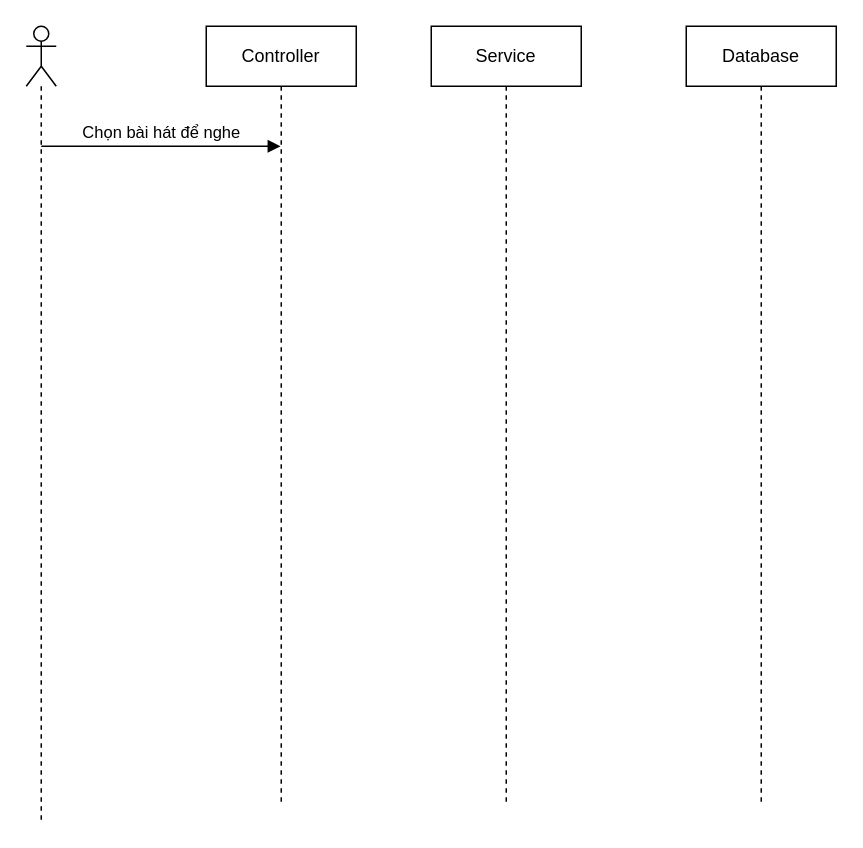
Above: nghenhactructuyen.drawio in letham1612/test.ithub (draw.io), before the change. Source tidied: cells renumbered, new cells numbered last; positions are measured from the earlier drawing's top-left corner, leaving out a move shared by most shapes. Both pictures are drawn from the tidied source at 150%, with x=0, y=0 at pixel (26, 26).
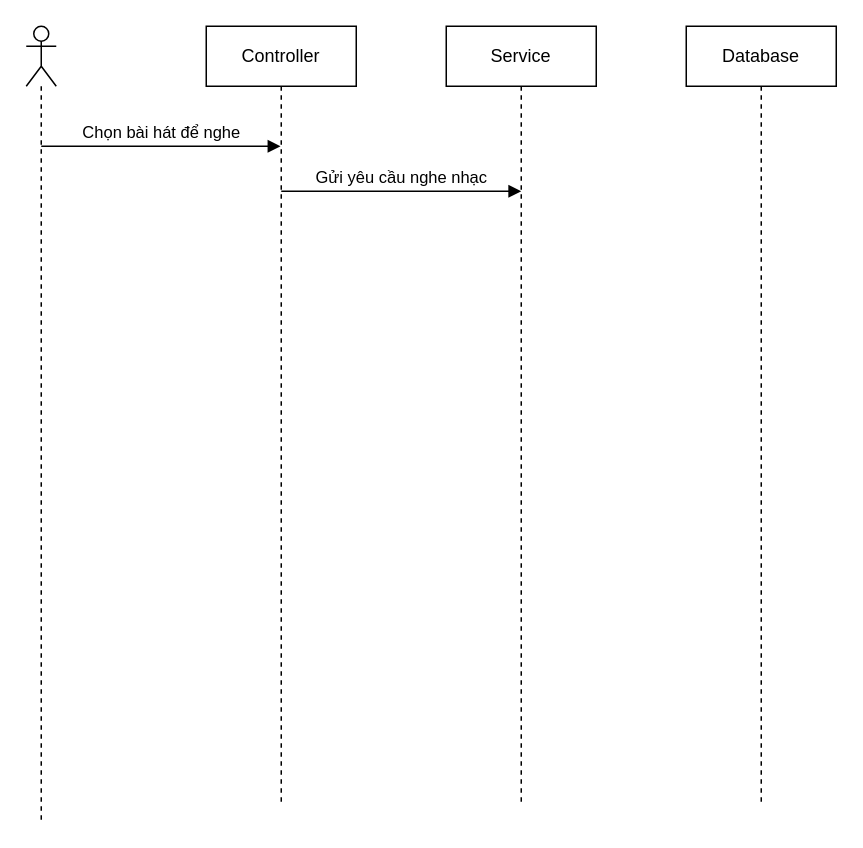
The same diagram, later.

Commit message (it also covers changes not shown here):
Cập nhật nghenhactructuyen.drawio

Change to the diagram source:
```diff
@@
 <mxGraphModel>
   <root>
     <mxCell id="0" />
     <mxCell id="1" parent="0" />
     <mxCell id="2" style="shape=umlLifeline;perimeter=lifelinePerimeter;whiteSpace=wrap;html=1;newEdgeStyle={&quot;curved&quot;:0,&quot;rounded&quot;:0};participant=umlActor;" parent="1" vertex="1">
       <mxGeometry width="20" height="530" as="geometry" />
     </mxCell>
     <mxCell id="3" value="Controller" style="shape=umlLifeline;perimeter=lifelinePerimeter;whiteSpace=wrap;html=1;outlineConnect=0;portConstraint=eastwest;newEdgeStyle={&quot;curved&quot;:0,&quot;rounded&quot;:0};" parent="1" vertex="1">
       <mxGeometry x="120" width="100" height="520" as="geometry" />
     </mxCell>
     <mxCell id="4" value="Service" style="shape=umlLifeline;perimeter=lifelinePerimeter;whiteSpace=wrap;html=1;newEdgeStyle={&quot;curved&quot;:0,&quot;rounded&quot;:0};" parent="1" vertex="1">
-      <mxGeometry x="270" width="100" height="520" as="geometry" />
+      <mxGeometry x="280" width="100" height="520" as="geometry" />
     </mxCell>
     <mxCell id="5" value="Database" style="shape=umlLifeline;perimeter=lifelinePerimeter;whiteSpace=wrap;html=1;newEdgeStyle={&quot;curved&quot;:0,&quot;rounded&quot;:0};" parent="1" vertex="1">
       <mxGeometry x="440" width="100" height="520" as="geometry" />
     </mxCell>
     <mxCell id="6" value="Chọn bài hát để nghe" style="html=1;verticalAlign=bottom;endArrow=block;curved=0;rounded=0;" parent="1" edge="1" target="3">
       <mxGeometry relative="1" as="geometry">
         <mxPoint x="10" y="80" as="sourcePoint" />
       </mxGeometry>
     </mxCell>
+    <mxCell id="7" value="Gửi yêu cầu nghe nhạc" style="html=1;verticalAlign=bottom;endArrow=block;curved=0;rounded=0;" parent="1" edge="1">
+      <mxGeometry relative="1" as="geometry">
+        <mxPoint x="170" y="110" as="sourcePoint" />
+        <mxPoint x="330" y="110" as="targetPoint" />
+      </mxGeometry>
+    </mxCell>
   </root>
 </mxGraphModel>
```
